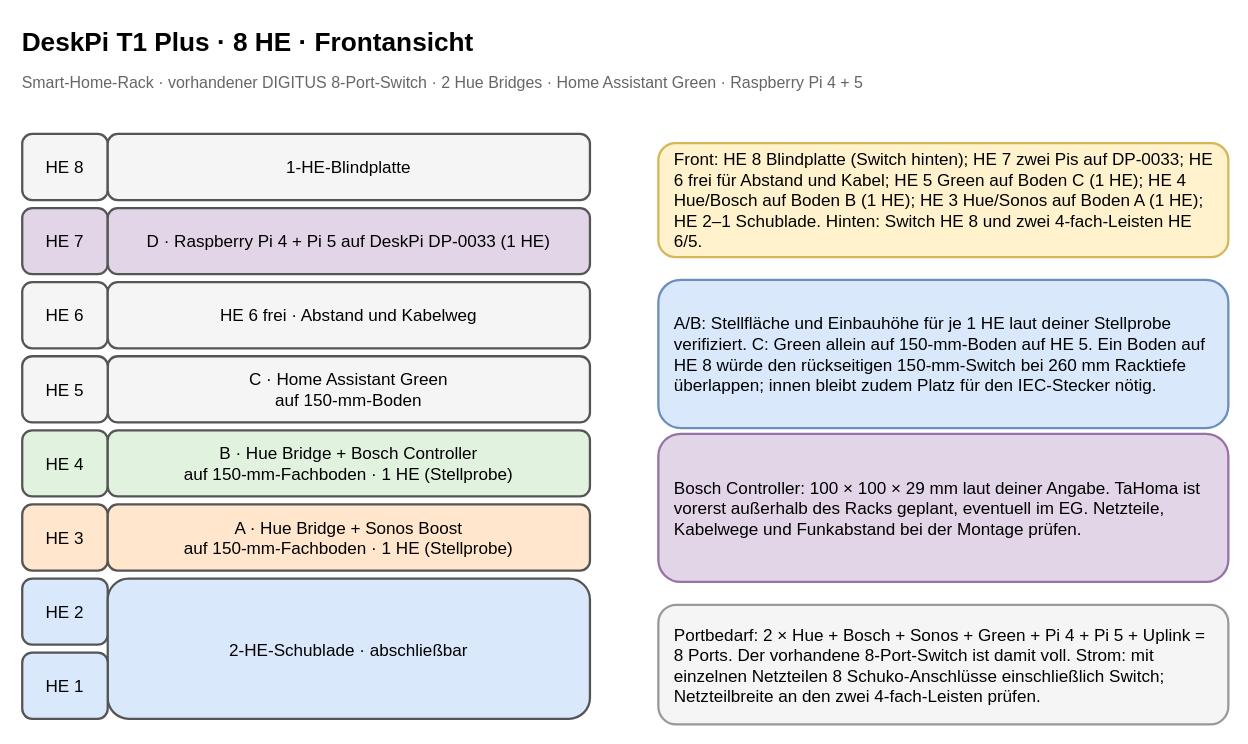
tiptronic/diagrams keeps this draw.io diagram as page "DeskPi 8 HE – Front" (1 of 4) of 10-zoll-rack-planung.drawio. Above is the earlier version. Source tidied: cells renumbered, new cells numbered last; positions are measured from the earlier drawing's top-left corner, leaving out a move shared by most shapes. Both pictures are drawn from the tidied source at 114%, with x=0, y=0 at pixel (19, 19).
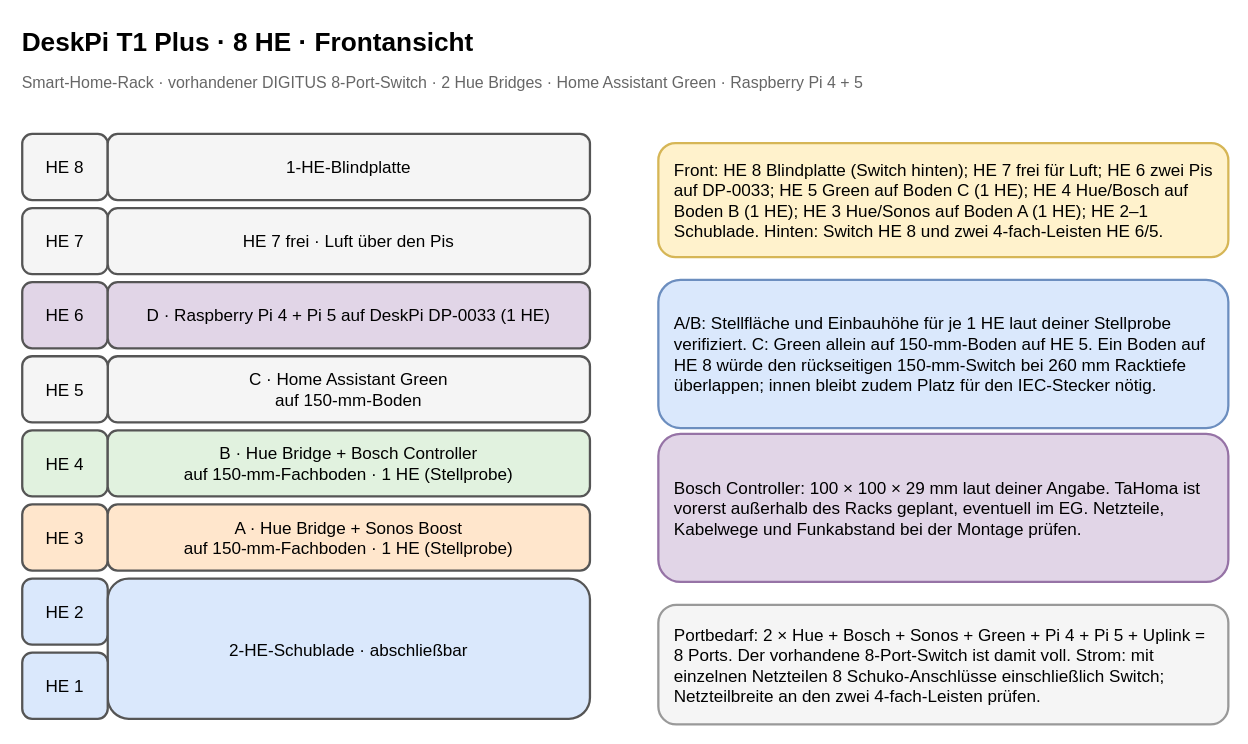
The same page after the edit.

Change to the diagram source:
```diff
@@
-    <mxCell id="6" value="HE 7" style="rounded=1;whiteSpace=wrap;html=1;align=center;verticalAlign=middle;strokeWidth=2;fontSize=15;fillColor=#e1d5e7;strokeColor=#555555;" parent="1" vertex="1">
+    <mxCell id="6" value="HE 7" style="rounded=1;whiteSpace=wrap;html=1;align=center;verticalAlign=middle;strokeWidth=2;fontSize=15;fillColor=#f5f5f5;strokeColor=#555555;" parent="1" vertex="1">
       <mxGeometry x="2" y="165" width="75" height="58" as="geometry" />
     </mxCell>
@@
-    <mxCell id="8" value="HE 6" style="rounded=1;whiteSpace=wrap;html=1;align=center;verticalAlign=middle;strokeWidth=2;fontSize=15;fillColor=#f5f5f5;strokeColor=#555555;" parent="1" vertex="1">
+    <mxCell id="8" value="HE 6" style="rounded=1;whiteSpace=wrap;html=1;align=center;verticalAlign=middle;strokeWidth=2;fontSize=15;fillColor=#e1d5e7;strokeColor=#555555;" parent="1" vertex="1">
       <mxGeometry x="2" y="230" width="75" height="58" as="geometry" />
     </mxCell>
-    <mxCell id="9" value="HE 6 frei · Abstand und Kabelweg" style="rounded=1;whiteSpace=wrap;html=1;align=center;verticalAlign=middle;strokeWidth=2;fontSize=15;fillColor=#f5f5f5;strokeColor=#555555;" parent="1" vertex="1">
-      <mxGeometry x="77" y="230" width="423" height="58" as="geometry" />
+    <mxCell id="9" value="HE 7 frei · Luft über den Pis" style="rounded=1;whiteSpace=wrap;html=1;align=center;verticalAlign=middle;strokeWidth=2;fontSize=15;fillColor=#f5f5f5;strokeColor=#555555;" parent="1" vertex="1">
+      <mxGeometry x="77" y="165" width="423" height="58" as="geometry" />
     </mxCell>
@@
     <mxCell id="11" value="D · Raspberry Pi 4 + Pi 5 auf DeskPi DP-0033 (1 HE)" style="rounded=1;whiteSpace=wrap;html=1;align=center;verticalAlign=middle;strokeWidth=2;fontSize=15;fillColor=#e1d5e7;strokeColor=#555555;" parent="1" vertex="1">
-      <mxGeometry x="77" y="165" width="423" height="58" as="geometry" />
+      <mxGeometry x="77" y="230" width="423" height="58" as="geometry" />
     </mxCell>
@@
-    <mxCell id="19" value="Front: HE 8 Blindplatte (Switch hinten); HE 7 zwei Pis auf DP-0033; HE 6 frei für Abstand und Kabel; HE 5 Green auf Boden C (1 HE); HE 4 Hue/Bosch auf Boden B (1 HE); HE 3 Hue/Sonos auf Boden A (1 HE); HE 2–1 Schublade. Hinten: Switch HE 8 und zwei 4-fach-Leisten HE 6/5." style="rounded=1;whiteSpace=wrap;html=1;align=center;verticalAlign=middle;strokeWidth=2;fontSize=15;align=left;spacing=14;fillColor=#fff2cc;strokeColor=#d6b656;" parent="1" vertex="1">
+    <mxCell id="19" value="Front: HE 8 Blindplatte (Switch hinten); HE 7 frei für Luft; HE 6 zwei Pis auf DP-0033; HE 5 Green auf Boden C (1 HE); HE 4 Hue/Bosch auf Boden B (1 HE); HE 3 Hue/Sonos auf Boden A (1 HE); HE 2–1 Schublade. Hinten: Switch HE 8 und zwei 4-fach-Leisten HE 6/5." style="rounded=1;whiteSpace=wrap;html=1;align=center;verticalAlign=middle;strokeWidth=2;fontSize=15;align=left;spacing=14;fillColor=#fff2cc;strokeColor=#d6b656;" parent="1" vertex="1">
       <mxGeometry x="560" y="108" width="500" height="100" as="geometry" />
     </mxCell>
```
